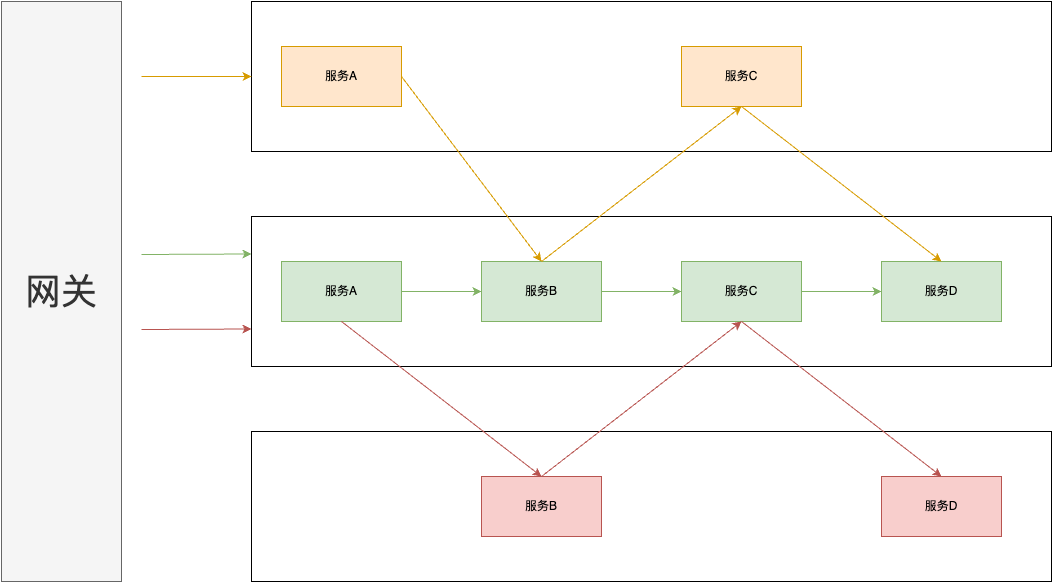
chenquan/zero-flow keeps this draw.io diagram as images/zero-flow.png. Above is the earlier version. Source tidied: cells renumbered, new cells last; positions are measured from the earlier drawing's top-left corner, leaving out a move shared by most shapes.
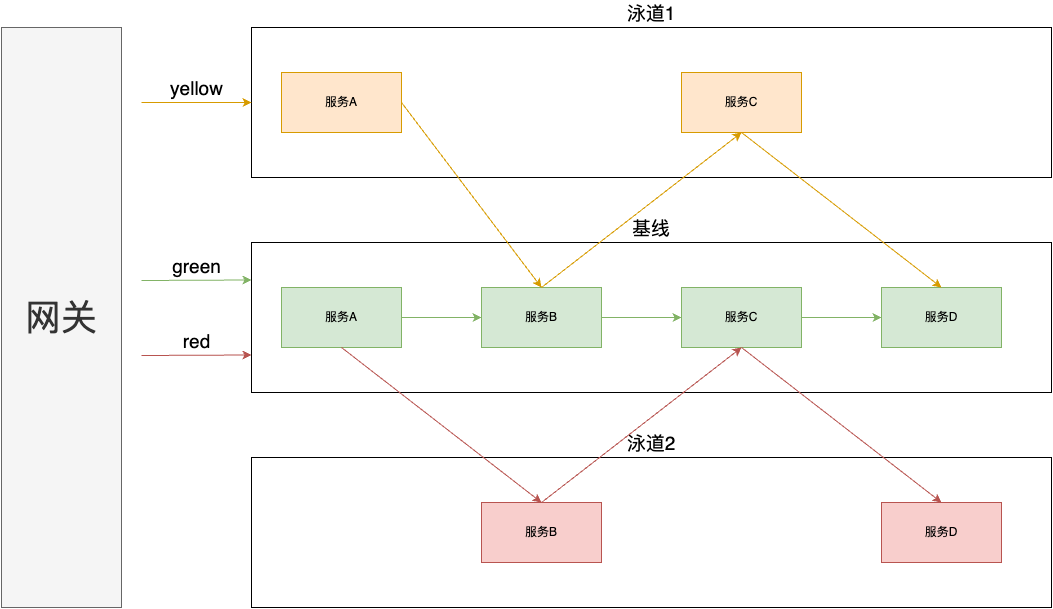
Above is the later version.

Change to the diagram source:
```diff
@@ -2,10 +2,10 @@
   <root>
     <mxCell id="0" />
     <mxCell id="1" parent="0" />
-    <mxCell id="2" style="group;" parent="1" vertex="1">
+    <mxCell id="2" style="group;fontSize=19;labelPosition=center;verticalLabelPosition=top;align=center;verticalAlign=bottom;" parent="1" vertex="1">
       <mxGeometry x="250" y="215" width="800" height="150" as="geometry" />
     </mxCell>
-    <mxCell id="3" style="rounded=0;whiteSpace=wrap;html=1;fillColor=none;" parent="2" vertex="1">
+    <mxCell id="3" value="基线" style="rounded=0;whiteSpace=wrap;html=1;fillColor=none;labelPosition=center;verticalLabelPosition=top;align=center;verticalAlign=bottom;fontSize=19;" parent="2" vertex="1">
       <mxGeometry width="800" height="150" as="geometry" />
     </mxCell>
     <mxCell id="4" value="服务A" style="rounded=0;whiteSpace=wrap;html=1;fillColor=#d5e8d4;strokeColor=#82b366;" parent="2" vertex="1">
@@ -32,7 +32,7 @@
     <mxCell id="11" style="group;" parent="1" vertex="1">
       <mxGeometry x="250" width="800" height="150" as="geometry" />
     </mxCell>
-    <mxCell id="12" style="rounded=0;whiteSpace=wrap;html=1;fillColor=none;" parent="11" vertex="1">
+    <mxCell id="12" value="泳道1" style="rounded=0;whiteSpace=wrap;html=1;fillColor=none;labelPosition=center;verticalLabelPosition=top;align=center;verticalAlign=bottom;fontSize=19;" parent="11" vertex="1">
       <mxGeometry width="800" height="150" as="geometry" />
     </mxCell>
     <mxCell id="13" value="服务A" style="rounded=0;whiteSpace=wrap;html=1;fillColor=#ffe6cc;strokeColor=#d79b00;" parent="11" vertex="1">
@@ -44,7 +44,7 @@
     <mxCell id="15" style="group;" parent="1" vertex="1">
       <mxGeometry x="250" y="430" width="800" height="150" as="geometry" />
     </mxCell>
-    <mxCell id="16" style="rounded=0;whiteSpace=wrap;html=1;fillColor=none;" parent="15" vertex="1">
+    <mxCell id="16" value="&lt;font style=&quot;font-size: 19px;&quot;&gt;泳道2&lt;/font&gt;" style="rounded=0;whiteSpace=wrap;html=1;fillColor=none;labelPosition=center;verticalLabelPosition=top;align=center;verticalAlign=bottom;" parent="15" vertex="1">
       <mxGeometry width="800" height="150" as="geometry" />
     </mxCell>
     <mxCell id="17" value="服务B" style="rounded=0;whiteSpace=wrap;html=1;fillColor=#f8cecc;strokeColor=#b85450;" parent="15" vertex="1">
@@ -74,17 +74,17 @@
     <mxCell id="25" value="&lt;font style=&quot;font-size: 36px;&quot;&gt;网关&lt;/font&gt;" style="rounded=0;whiteSpace=wrap;html=1;fillColor=#f5f5f5;fontColor=#333333;strokeColor=#666666;" parent="1" vertex="1">
       <mxGeometry width="120" height="580" as="geometry" />
     </mxCell>
-    <mxCell id="26" style="endArrow=classic;html=1;rounded=0;fontSize=36;entryX=0;entryY=0.5;entryDx=0;entryDy=0;fillColor=#ffe6cc;strokeColor=#d79b00;" parent="1" edge="1" target="12">
+    <mxCell id="26" value="yellow" style="endArrow=classic;html=1;rounded=0;fontSize=19;entryX=0;entryY=0.5;entryDx=0;entryDy=0;fillColor=#ffe6cc;strokeColor=#d79b00;labelPosition=center;verticalLabelPosition=top;align=center;verticalAlign=bottom;labelBackgroundColor=none;" parent="1" edge="1" target="12">
       <mxGeometry relative="1" as="geometry">
         <mxPoint x="140" y="75" as="sourcePoint" />
       </mxGeometry>
     </mxCell>
-    <mxCell id="27" style="endArrow=classic;html=1;rounded=0;fontSize=36;entryX=0;entryY=0.25;entryDx=0;entryDy=0;fillColor=#d5e8d4;strokeColor=#82b366;" parent="1" edge="1" target="3">
+    <mxCell id="27" value="green" style="endArrow=classic;html=1;rounded=0;fontSize=19;entryX=0;entryY=0.25;entryDx=0;entryDy=0;fillColor=#d5e8d4;strokeColor=#82b366;labelPosition=center;verticalLabelPosition=top;align=center;verticalAlign=bottom;labelBackgroundColor=none;" parent="1" edge="1" target="3">
       <mxGeometry relative="1" as="geometry">
         <mxPoint x="140" y="253" as="sourcePoint" />
       </mxGeometry>
     </mxCell>
-    <mxCell id="28" style="endArrow=classic;html=1;rounded=0;fontSize=36;entryX=0;entryY=0.75;entryDx=0;entryDy=0;fillColor=#f8cecc;strokeColor=#b85450;" parent="1" edge="1" target="3">
+    <mxCell id="28" value="red" style="endArrow=classic;html=1;rounded=0;fontSize=19;entryX=0;entryY=0.75;entryDx=0;entryDy=0;fillColor=#f8cecc;strokeColor=#b85450;labelPosition=center;verticalLabelPosition=top;align=center;verticalAlign=bottom;labelBackgroundColor=none;" parent="1" edge="1" target="3">
       <mxGeometry relative="1" as="geometry">
         <mxPoint x="140" y="328" as="sourcePoint" />
       </mxGeometry>
```
